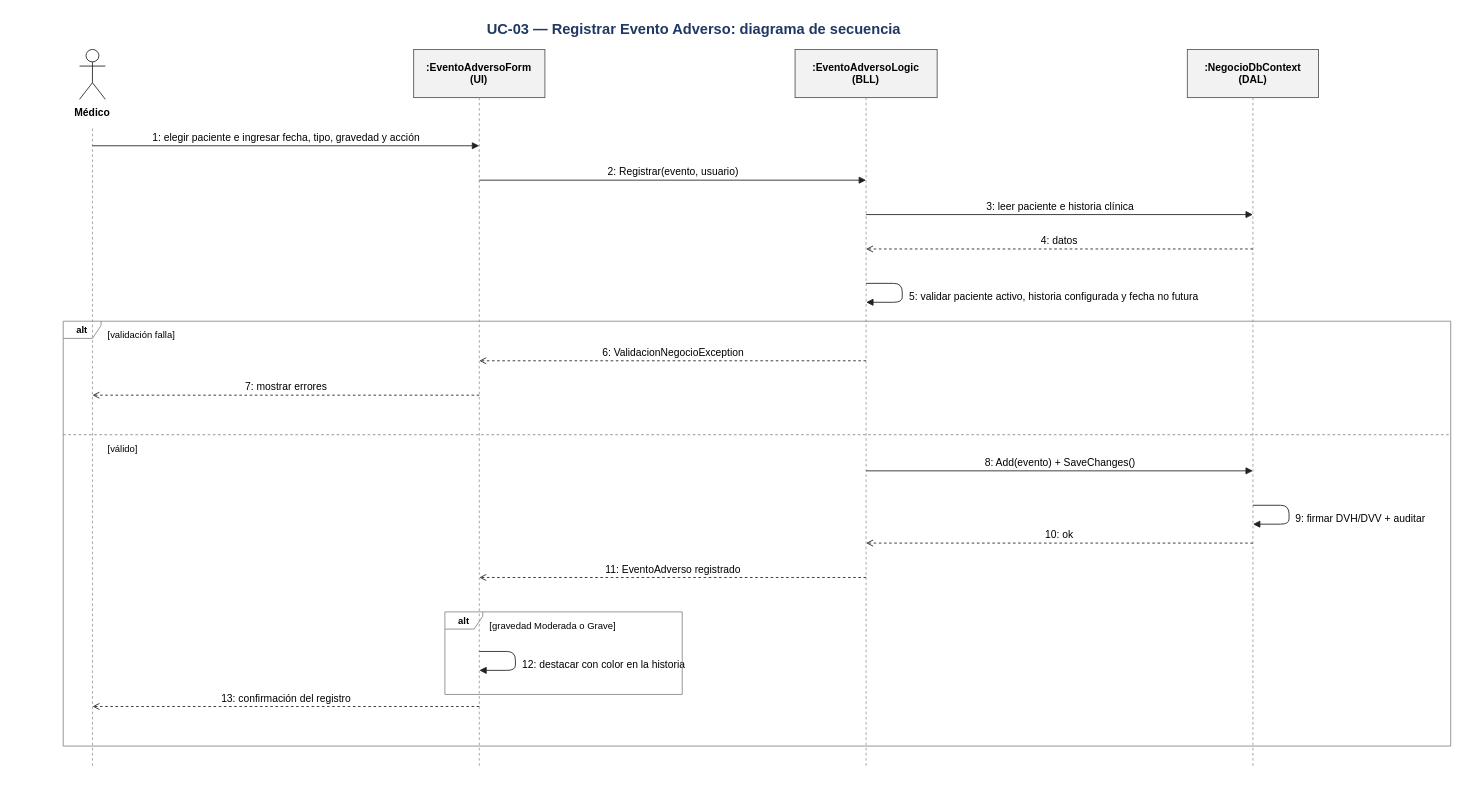
Before: Diagramas/UC-03/UC-03 - Secuencia.drawio in DanteSchlogl/OpenRIN-corregido, a draw.io diagram. Source tidied: cells renumbered, new cells numbered last; positions are measured from the earlier drawing's top-left corner, leaving out a move shared by most shapes. Both pictures are drawn from the tidied source at 86%, with x=0, y=0 at pixel (15, 15).
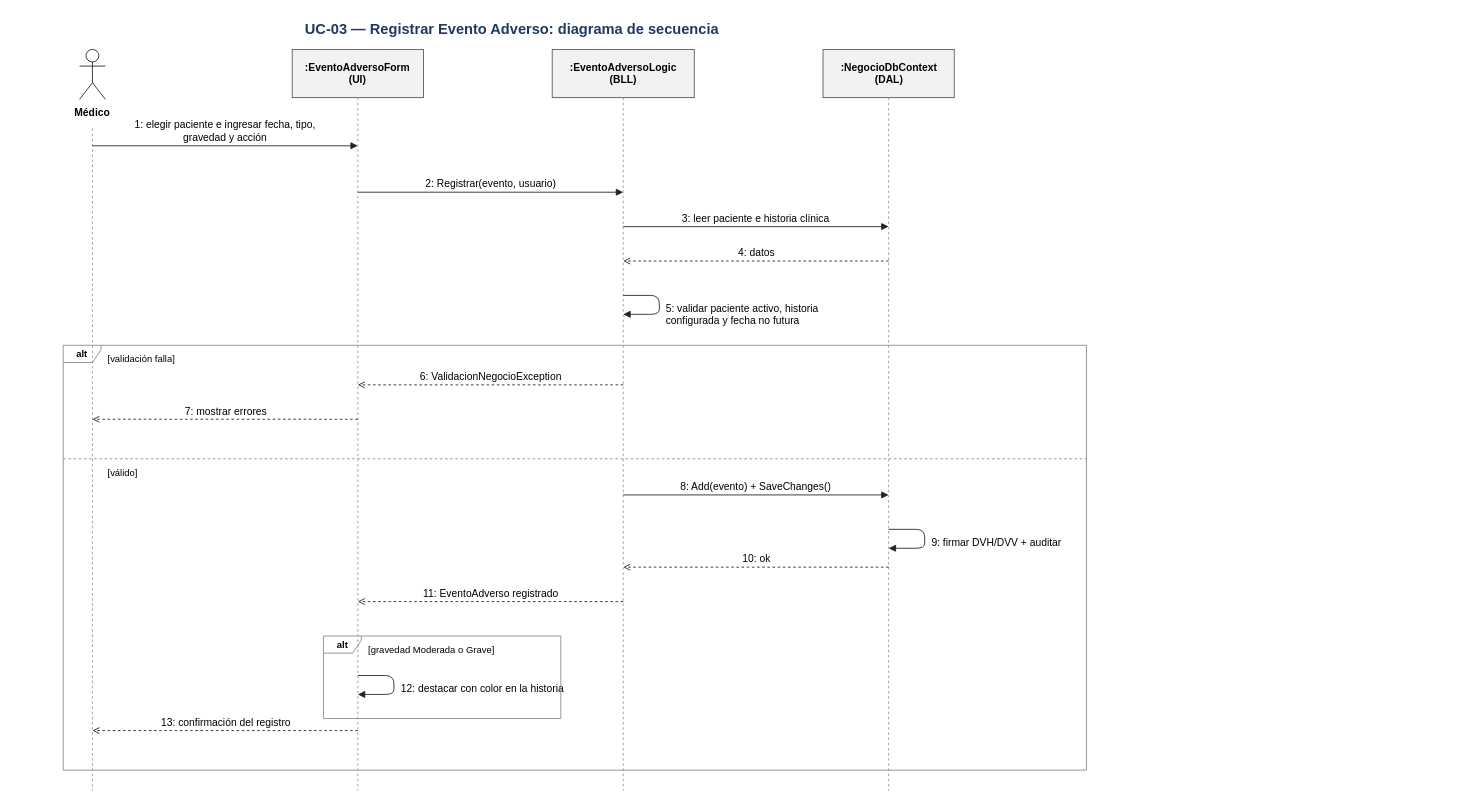
The same page after the edit.

The edit, as a diff of the source:
```diff
@@
     <mxCell id="2" value="UC-03 — Registrar Evento Adverso: diagrama de secuencia" style="text;html=1;strokeColor=none;fillColor=none;fontFamily=Arial;whiteSpace=nowrap;fontSize=17;fontStyle=1;fontColor=#1F3864;align=center;whiteSpace=wrap;" parent="1" vertex="1">
-      <mxGeometry width="1579.4" height="28" as="geometry" />
+      <mxGeometry width="1155.8" height="28" as="geometry" />
     </mxCell>
@@
     <mxCell id="5" style="endArrow=none;dashed=1;strokeColor=#999999;html=1;" parent="1" edge="1">
       <mxGeometry relative="1" as="geometry">
         <mxPoint x="90" y="132" as="sourcePoint" />
-        <mxPoint x="90" y="874" as="targetPoint" />
+        <mxPoint x="90" y="902" as="targetPoint" />
       </mxGeometry>
     </mxCell>
     <mxCell id="6" value=":EventoAdversoForm&lt;br/&gt;(UI)" style="rounded=0;whiteSpace=wrap;html=1;fillColor=#F2F2F2;strokeColor=#555555;fontFamily=Arial;fontSize=12;fontStyle=1;" parent="1" vertex="1">
-      <mxGeometry x="463.5" y="40" width="152.6" height="56" as="geometry" />
+      <mxGeometry x="322.3" y="40" width="152.6" height="56" as="geometry" />
     </mxCell>
     <mxCell id="7" style="endArrow=none;dashed=1;strokeColor=#999999;html=1;" parent="1" edge="1">
       <mxGeometry relative="1" as="geometry">
-        <mxPoint x="539.8" y="96" as="sourcePoint" />
-        <mxPoint x="539.8" y="874" as="targetPoint" />
+        <mxPoint x="398.6" y="96" as="sourcePoint" />
+        <mxPoint x="398.6" y="902" as="targetPoint" />
       </mxGeometry>
     </mxCell>
     <mxCell id="8" value=":EventoAdversoLogic&lt;br/&gt;(BLL)" style="rounded=0;whiteSpace=wrap;html=1;fillColor=#F2F2F2;strokeColor=#555555;fontFamily=Arial;fontSize=12;fontStyle=1;" parent="1" vertex="1">
-      <mxGeometry x="907" y="40" width="165.2" height="56" as="geometry" />
+      <mxGeometry x="624.6" y="40" width="165.2" height="56" as="geometry" />
     </mxCell>
     <mxCell id="9" style="endArrow=none;dashed=1;strokeColor=#999999;html=1;" parent="1" edge="1">
       <mxGeometry relative="1" as="geometry">
-        <mxPoint x="989.6" y="96" as="sourcePoint" />
-        <mxPoint x="989.6" y="874" as="targetPoint" />
+        <mxPoint x="707.2" y="96" as="sourcePoint" />
+        <mxPoint x="707.2" y="902" as="targetPoint" />
       </mxGeometry>
     </mxCell>
     <mxCell id="10" value=":NegocioDbContext&lt;br/&gt;(DAL)" style="rounded=0;whiteSpace=wrap;html=1;fillColor=#F2F2F2;strokeColor=#555555;fontFamily=Arial;fontSize=12;fontStyle=1;" parent="1" vertex="1">
-      <mxGeometry x="1363.1" y="40" width="152.6" height="56" as="geometry" />
+      <mxGeometry x="939.5" y="40" width="152.6" height="56" as="geometry" />
     </mxCell>
     <mxCell id="11" style="endArrow=none;dashed=1;strokeColor=#999999;html=1;" parent="1" edge="1">
       <mxGeometry relative="1" as="geometry">
-        <mxPoint x="1439.4" y="96" as="sourcePoint" />
-        <mxPoint x="1439.4" y="874" as="targetPoint" />
+        <mxPoint x="1015.8" y="96" as="sourcePoint" />
+        <mxPoint x="1015.8" y="902" as="targetPoint" />
       </mxGeometry>
     </mxCell>
-    <mxCell id="12" value="1: elegir paciente e ingresar fecha, tipo, gravedad y acción" style="html=1;edgeStyle=none;strokeColor=#222222;fontFamily=Arial;fontSize=12;verticalLabelPosition=top;verticalAlign=bottom;labelBackgroundColor=none;endArrow=block;endFill=1;" parent="1" edge="1">
+    <mxCell id="12" value="1: elegir paciente e ingresar fecha, tipo,&lt;br/&gt;gravedad y acción" style="html=1;edgeStyle=none;strokeColor=#222222;fontFamily=Arial;fontSize=12;verticalLabelPosition=top;verticalAlign=bottom;labelBackgroundColor=none;endArrow=block;endFill=1;" parent="1" edge="1">
       <mxGeometry relative="1" as="geometry">
         <mxPoint x="90" y="152" as="sourcePoint" />
-        <mxPoint x="539.8" y="152" as="targetPoint" />
+        <mxPoint x="398.6" y="152" as="targetPoint" />
       </mxGeometry>
     </mxCell>
     <mxCell id="13" value="2: Registrar(evento, usuario)" style="html=1;edgeStyle=none;strokeColor=#222222;fontFamily=Arial;fontSize=12;verticalLabelPosition=top;verticalAlign=bottom;labelBackgroundColor=none;endArrow=block;endFill=1;" parent="1" edge="1">
       <mxGeometry relative="1" as="geometry">
-        <mxPoint x="539.8" y="192" as="sourcePoint" />
-        <mxPoint x="989.6" y="192" as="targetPoint" />
+        <mxPoint x="398.6" y="206" as="sourcePoint" />
+        <mxPoint x="707.2" y="206" as="targetPoint" />
       </mxGeometry>
     </mxCell>
     <mxCell id="14" value="3: leer paciente e historia clínica" style="html=1;edgeStyle=none;strokeColor=#222222;fontFamily=Arial;fontSize=12;verticalLabelPosition=top;verticalAlign=bottom;labelBackgroundColor=none;endArrow=block;endFill=1;" parent="1" edge="1">
       <mxGeometry relative="1" as="geometry">
-        <mxPoint x="989.6" y="232" as="sourcePoint" />
-        <mxPoint x="1439.4" y="232" as="targetPoint" />
+        <mxPoint x="707.2" y="246" as="sourcePoint" />
+        <mxPoint x="1015.8" y="246" as="targetPoint" />
       </mxGeometry>
     </mxCell>
     <mxCell id="15" value="4: datos" style="html=1;edgeStyle=none;strokeColor=#222222;fontFamily=Arial;fontSize=12;verticalLabelPosition=top;verticalAlign=bottom;labelBackgroundColor=none;endArrow=open;endFill=0;dashed=1;" parent="1" edge="1">
       <mxGeometry relative="1" as="geometry">
-        <mxPoint x="1439.4" y="272" as="sourcePoint" />
-        <mxPoint x="989.6" y="272" as="targetPoint" />
+        <mxPoint x="1015.8" y="286" as="sourcePoint" />
+        <mxPoint x="707.2" y="286" as="targetPoint" />
       </mxGeometry>
     </mxCell>
     <mxCell id="16" style="endArrow=block;endFill=1;html=1;edgeStyle=none;strokeColor=#222222;" parent="1" edge="1">
       <mxGeometry relative="1" as="geometry">
-        <mxPoint x="989.6" y="312" as="sourcePoint" />
-        <mxPoint x="989.6" y="334" as="targetPoint" />
+        <mxPoint x="707.2" y="326" as="sourcePoint" />
+        <mxPoint x="707.2" y="348" as="targetPoint" />
         <Array as="points">
-          <mxPoint x="1031.6" y="312" />
-          <mxPoint x="1031.6" y="334" />
+          <mxPoint x="749.2" y="326" />
+          <mxPoint x="749.2" y="348" />
         </Array>
       </mxGeometry>
     </mxCell>
-    <mxCell id="17" value="5: validar paciente activo, historia configurada y fecha no futura" style="text;html=1;strokeColor=none;fillColor=none;fontFamily=Arial;whiteSpace=nowrap;fontSize=12;align=left;" parent="1" vertex="1">
-      <mxGeometry x="1037.6" y="314" width="429.8" height="18" as="geometry" />
+    <mxCell id="17" value="5: validar paciente activo, historia&lt;br/&gt;configurada y fecha no futura" style="text;html=1;strokeColor=none;fillColor=none;fontFamily=Arial;whiteSpace=nowrap;fontSize=12;align=left;" parent="1" vertex="1">
+      <mxGeometry x="755.2" y="328" width="280" height="32" as="geometry" />
     </mxCell>
     <mxCell id="18" value="6: ValidacionNegocioException" style="html=1;edgeStyle=none;strokeColor=#222222;fontFamily=Arial;fontSize=12;verticalLabelPosition=top;verticalAlign=bottom;labelBackgroundColor=none;endArrow=open;endFill=0;dashed=1;" parent="1" edge="1">
       <mxGeometry relative="1" as="geometry">
-        <mxPoint x="989.6" y="402" as="sourcePoint" />
-        <mxPoint x="539.8" y="402" as="targetPoint" />
+        <mxPoint x="707.2" y="430" as="sourcePoint" />
+        <mxPoint x="398.6" y="430" as="targetPoint" />
       </mxGeometry>
     </mxCell>
     <mxCell id="19" value="7: mostrar errores" style="html=1;edgeStyle=none;strokeColor=#222222;fontFamily=Arial;fontSize=12;verticalLabelPosition=top;verticalAlign=bottom;labelBackgroundColor=none;endArrow=open;endFill=0;dashed=1;" parent="1" edge="1">
       <mxGeometry relative="1" as="geometry">
-        <mxPoint x="539.8" y="442" as="sourcePoint" />
-        <mxPoint x="90" y="442" as="targetPoint" />
+        <mxPoint x="398.6" y="470" as="sourcePoint" />
+        <mxPoint x="90" y="470" as="targetPoint" />
       </mxGeometry>
     </mxCell>
     <mxCell id="20" value="8: Add(evento) + SaveChanges()" style="html=1;edgeStyle=none;strokeColor=#222222;fontFamily=Arial;fontSize=12;verticalLabelPosition=top;verticalAlign=bottom;labelBackgroundColor=none;endArrow=block;endFill=1;" parent="1" edge="1">
       <mxGeometry relative="1" as="geometry">
-        <mxPoint x="989.6" y="530" as="sourcePoint" />
-        <mxPoint x="1439.4" y="530" as="targetPoint" />
+        <mxPoint x="707.2" y="558" as="sourcePoint" />
+        <mxPoint x="1015.8" y="558" as="targetPoint" />
       </mxGeometry>
     </mxCell>
     <mxCell id="21" style="endArrow=block;endFill=1;html=1;edgeStyle=none;strokeColor=#222222;" parent="1" edge="1">
       <mxGeometry relative="1" as="geometry">
-        <mxPoint x="1439.4" y="570" as="sourcePoint" />
-        <mxPoint x="1439.4" y="592" as="targetPoint" />
+        <mxPoint x="1015.8" y="598" as="sourcePoint" />
+        <mxPoint x="1015.8" y="620" as="targetPoint" />
         <Array as="points">
-          <mxPoint x="1481.4" y="570" />
-          <mxPoint x="1481.4" y="592" />
+          <mxPoint x="1057.8" y="598" />
+          <mxPoint x="1057.8" y="620" />
         </Array>
       </mxGeometry>
     </mxCell>
     <mxCell id="22" value="9: firmar DVH/DVV + auditar" style="text;html=1;strokeColor=none;fillColor=none;fontFamily=Arial;whiteSpace=nowrap;fontSize=12;align=left;" parent="1" vertex="1">
-      <mxGeometry x="1487.4" y="572" width="184.1" height="18" as="geometry" />
+      <mxGeometry x="1063.8" y="600" width="280" height="18" as="geometry" />
     </mxCell>
     <mxCell id="23" value="10: ok" style="html=1;edgeStyle=none;strokeColor=#222222;fontFamily=Arial;fontSize=12;verticalLabelPosition=top;verticalAlign=bottom;labelBackgroundColor=none;endArrow=open;endFill=0;dashed=1;" parent="1" edge="1">
       <mxGeometry relative="1" as="geometry">
-        <mxPoint x="1439.4" y="614" as="sourcePoint" />
-        <mxPoint x="989.6" y="614" as="targetPoint" />
+        <mxPoint x="1015.8" y="642" as="sourcePoint" />
+        <mxPoint x="707.2" y="642" as="targetPoint" />
       </mxGeometry>
     </mxCell>
     <mxCell id="24" value="11: EventoAdverso registrado" style="html=1;edgeStyle=none;strokeColor=#222222;fontFamily=Arial;fontSize=12;verticalLabelPosition=top;verticalAlign=bottom;labelBackgroundColor=none;endArrow=open;endFill=0;dashed=1;" parent="1" edge="1">
       <mxGeometry relative="1" as="geometry">
-        <mxPoint x="989.6" y="654" as="sourcePoint" />
-        <mxPoint x="539.8" y="654" as="targetPoint" />
+        <mxPoint x="707.2" y="682" as="sourcePoint" />
+        <mxPoint x="398.6" y="682" as="targetPoint" />
       </mxGeometry>
     </mxCell>
     <mxCell id="25" style="endArrow=block;endFill=1;html=1;edgeStyle=none;strokeColor=#222222;" parent="1" edge="1">
       <mxGeometry relative="1" as="geometry">
-        <mxPoint x="539.8" y="740" as="sourcePoint" />
-        <mxPoint x="539.8" y="762" as="targetPoint" />
+        <mxPoint x="398.6" y="768" as="sourcePoint" />
+        <mxPoint x="398.6" y="790" as="targetPoint" />
         <Array as="points">
-          <mxPoint x="581.8" y="740" />
-          <mxPoint x="581.8" y="762" />
+          <mxPoint x="440.6" y="768" />
+          <mxPoint x="440.6" y="790" />
         </Array>
       </mxGeometry>
     </mxCell>
     <mxCell id="26" value="12: destacar con color en la historia" style="text;html=1;strokeColor=none;fillColor=none;fontFamily=Arial;whiteSpace=nowrap;fontSize=12;align=left;" parent="1" vertex="1">
-      <mxGeometry x="587.8" y="742" width="247.1" height="18" as="geometry" />
+      <mxGeometry x="446.6" y="770" width="280" height="18" as="geometry" />
     </mxCell>
     <mxCell id="27" value="alt" style="shape=umlFrame;whiteSpace=wrap;html=1;width=44;height=20;fillColor=none;strokeColor=#888888;fontFamily=Arial;fontSize=11;fontStyle=1;" parent="1" vertex="1">
-      <mxGeometry x="499.8" y="694" width="276" height="96" as="geometry" />
+      <mxGeometry x="358.6" y="722" width="276" height="96" as="geometry" />
     </mxCell>
     <mxCell id="28" value="[gravedad Moderada o Grave]" style="text;html=1;strokeColor=none;fillColor=none;fontFamily=Arial;whiteSpace=nowrap;fontSize=11;align=left;" parent="1" vertex="1">
-      <mxGeometry x="549.8" y="697" width="191.5" height="18" as="geometry" />
+      <mxGeometry x="408.6" y="725" width="191.5" height="18" as="geometry" />
     </mxCell>
     <mxCell id="29" value="13: confirmación del registro" style="html=1;edgeStyle=none;strokeColor=#222222;fontFamily=Arial;fontSize=12;verticalLabelPosition=top;verticalAlign=bottom;labelBackgroundColor=none;endArrow=open;endFill=0;dashed=1;" parent="1" edge="1">
       <mxGeometry relative="1" as="geometry">
-        <mxPoint x="539.8" y="804" as="sourcePoint" />
-        <mxPoint x="90" y="804" as="targetPoint" />
+        <mxPoint x="398.6" y="832" as="sourcePoint" />
+        <mxPoint x="90" y="832" as="targetPoint" />
       </mxGeometry>
     </mxCell>
     <mxCell id="30" value="alt" style="shape=umlFrame;whiteSpace=wrap;html=1;width=44;height=20;fillColor=none;strokeColor=#888888;fontFamily=Arial;fontSize=11;fontStyle=1;" parent="1" vertex="1">
-      <mxGeometry x="56" y="356" width="1613.4" height="494" as="geometry" />
+      <mxGeometry x="56" y="384" width="1189.8" height="494" as="geometry" />
     </mxCell>
     <mxCell id="31" value="[validación falla]" style="text;html=1;strokeColor=none;fillColor=none;fontFamily=Arial;whiteSpace=nowrap;fontSize=11;align=left;" parent="1" vertex="1">
-      <mxGeometry x="106" y="359" width="134.8" height="18" as="geometry" />
+      <mxGeometry x="106" y="387" width="134.8" height="18" as="geometry" />
     </mxCell>
     <mxCell id="32" style="endArrow=none;dashed=1;strokeColor=#888888;html=1;" parent="1" edge="1">
       <mxGeometry relative="1" as="geometry">
-        <mxPoint x="56" y="488" as="sourcePoint" />
-        <mxPoint x="1669.4" y="488" as="targetPoint" />
+        <mxPoint x="56" y="516" as="sourcePoint" />
+        <mxPoint x="1245.8" y="516" as="targetPoint" />
       </mxGeometry>
     </mxCell>
     <mxCell id="33" value="[válido]" style="text;html=1;strokeColor=none;fillColor=none;fontFamily=Arial;whiteSpace=nowrap;fontSize=11;align=left;" parent="1" vertex="1">
-      <mxGeometry x="106" y="491" width="71.8" height="18" as="geometry" />
+      <mxGeometry x="106" y="519" width="71.8" height="18" as="geometry" />
     </mxCell>
```
